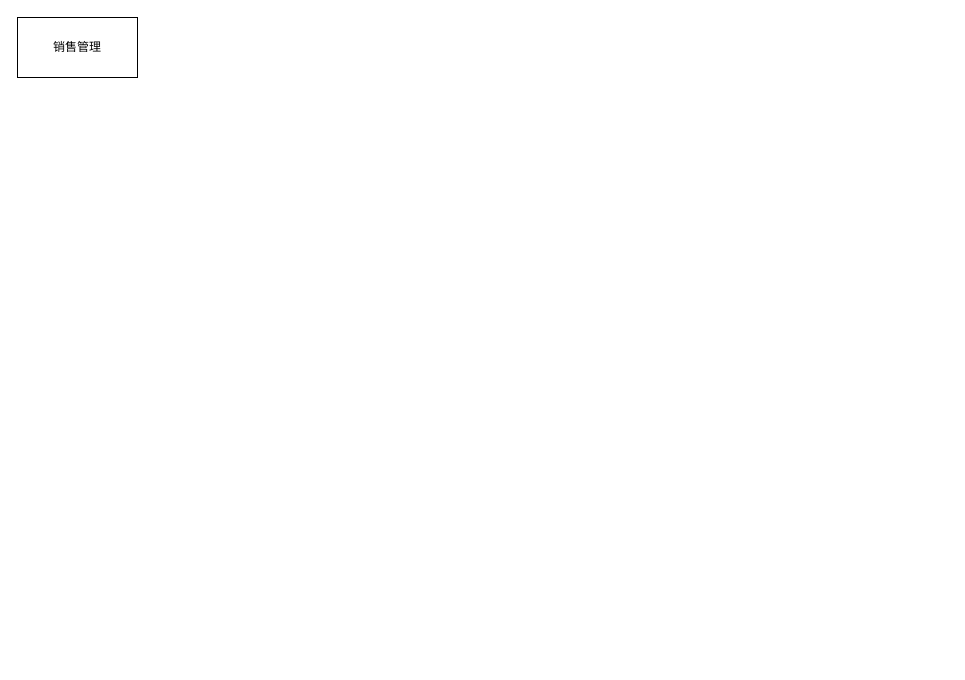
Before: 未命名绘图.drawio in jtzjtz/draw-io, a draw.io diagram. Source tidied: cells renumbered, new cells numbered last; positions are measured from the earlier drawing's top-left corner, leaving out a move shared by most shapes. Both pictures are drawn from the tidied source at 100%, with x=0, y=0 at pixel (17, 17).
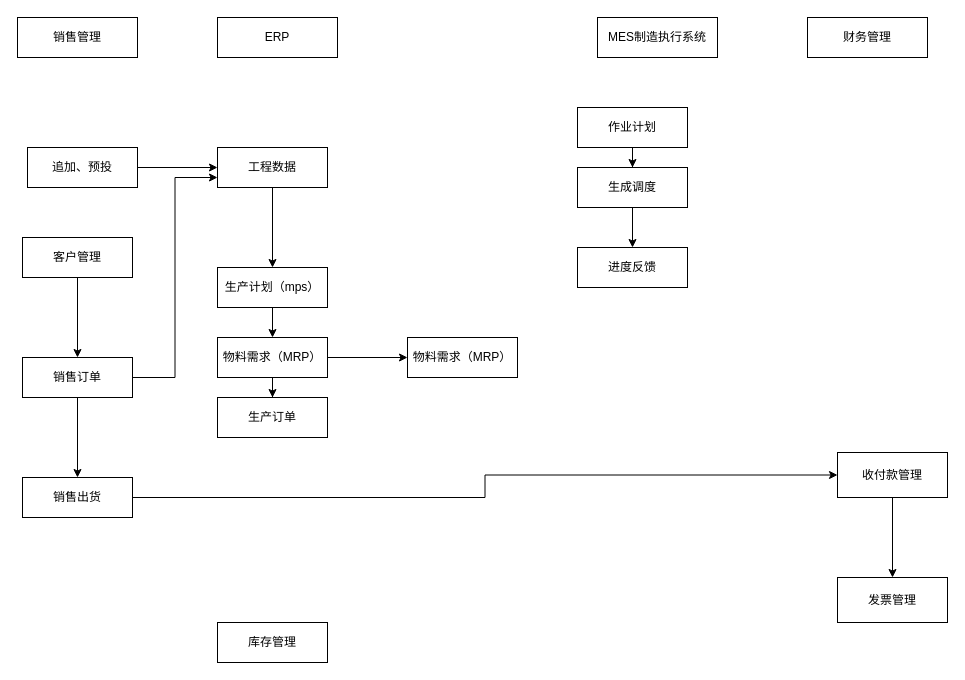
The same diagram, later.

Commit message:
更新未命名绘图.drawio

Change to the diagram source:
```diff
@@
     <mxCell id="2" value="销售管理" style="rounded=0;whiteSpace=wrap;html=1;" parent="1" vertex="1">
-      <mxGeometry width="120" height="60" as="geometry" />
+      <mxGeometry width="120" height="40" as="geometry" />
     </mxCell>
+    <mxCell id="3" value="ERP" style="rounded=0;whiteSpace=wrap;html=1;" parent="1" vertex="1">
+      <mxGeometry x="200" width="120" height="40" as="geometry" />
+    </mxCell>
+    <mxCell id="4" value="MES制造执行系统" style="rounded=0;whiteSpace=wrap;html=1;" parent="1" vertex="1">
+      <mxGeometry x="580" width="120" height="40" as="geometry" />
+    </mxCell>
+    <mxCell id="5" value="财务管理" style="rounded=0;whiteSpace=wrap;html=1;" parent="1" vertex="1">
+      <mxGeometry x="790" width="120" height="40" as="geometry" />
+    </mxCell>
+    <mxCell id="6" style="edgeStyle=orthogonalEdgeStyle;rounded=0;jettySize=auto;html=1;" parent="1" edge="1" source="7" target="19">
+      <mxGeometry relative="1" as="geometry" />
+    </mxCell>
+    <mxCell id="7" value="追加、预投" style="rounded=0;whiteSpace=wrap;html=1;" parent="1" vertex="1">
+      <mxGeometry x="10" y="130" width="110" height="40" as="geometry" />
+    </mxCell>
+    <mxCell id="8" style="edgeStyle=orthogonalEdgeStyle;rounded=0;jettySize=auto;html=1;" parent="1" edge="1" source="9" target="12">
+      <mxGeometry relative="1" as="geometry" />
+    </mxCell>
+    <mxCell id="9" value="客户管理" style="rounded=0;whiteSpace=wrap;html=1;" parent="1" vertex="1">
+      <mxGeometry x="5" y="220" width="110" height="40" as="geometry" />
+    </mxCell>
+    <mxCell id="10" style="edgeStyle=orthogonalEdgeStyle;rounded=0;jettySize=auto;html=1;" parent="1" edge="1" source="12" target="14">
+      <mxGeometry relative="1" as="geometry" />
+    </mxCell>
+    <mxCell id="11" style="edgeStyle=orthogonalEdgeStyle;rounded=0;jettySize=auto;html=1;entryX=0;entryY=0.75;entryDx=0;entryDy=0;" parent="1" edge="1" source="12" target="19">
+      <mxGeometry relative="1" as="geometry" />
+    </mxCell>
+    <mxCell id="12" value="销售订单" style="rounded=0;whiteSpace=wrap;html=1;" parent="1" vertex="1">
+      <mxGeometry x="5" y="340" width="110" height="40" as="geometry" />
+    </mxCell>
+    <mxCell id="13" style="edgeStyle=orthogonalEdgeStyle;rounded=0;jettySize=auto;html=1;" parent="1" edge="1" source="14" target="16">
+      <mxGeometry relative="1" as="geometry" />
+    </mxCell>
+    <mxCell id="14" value="销售出货" style="rounded=0;whiteSpace=wrap;html=1;" parent="1" vertex="1">
+      <mxGeometry x="5" y="460" width="110" height="40" as="geometry" />
+    </mxCell>
+    <mxCell id="15" style="edgeStyle=orthogonalEdgeStyle;rounded=0;jettySize=auto;html=1;" parent="1" edge="1" source="16" target="17">
+      <mxGeometry relative="1" as="geometry" />
+    </mxCell>
+    <mxCell id="16" value="收付款管理" style="rounded=0;whiteSpace=wrap;html=1;" parent="1" vertex="1">
+      <mxGeometry x="820" y="435" width="110" height="45" as="geometry" />
+    </mxCell>
+    <mxCell id="17" value="发票管理" style="rounded=0;whiteSpace=wrap;html=1;" parent="1" vertex="1">
+      <mxGeometry x="820" y="560" width="110" height="45" as="geometry" />
+    </mxCell>
+    <mxCell id="18" style="edgeStyle=orthogonalEdgeStyle;rounded=0;jettySize=auto;html=1;" parent="1" edge="1" source="19" target="21">
+      <mxGeometry relative="1" as="geometry" />
+    </mxCell>
+    <mxCell id="19" value="工程数据" style="rounded=0;whiteSpace=wrap;html=1;" parent="1" vertex="1">
+      <mxGeometry x="200" y="130" width="110" height="40" as="geometry" />
+    </mxCell>
+    <mxCell id="20" style="edgeStyle=orthogonalEdgeStyle;rounded=0;jettySize=auto;html=1;" parent="1" edge="1" source="21" target="24">
+      <mxGeometry relative="1" as="geometry" />
+    </mxCell>
+    <mxCell id="21" value="生产计划（mps）" style="rounded=0;whiteSpace=wrap;html=1;" parent="1" vertex="1">
+      <mxGeometry x="200" y="250" width="110" height="40" as="geometry" />
+    </mxCell>
+    <mxCell id="22" style="edgeStyle=orthogonalEdgeStyle;rounded=0;jettySize=auto;html=1;" parent="1" edge="1" source="24" target="25">
+      <mxGeometry relative="1" as="geometry" />
+    </mxCell>
+    <mxCell id="23" style="edgeStyle=orthogonalEdgeStyle;rounded=0;jettySize=auto;html=1;" parent="1" edge="1" source="24" target="27">
+      <mxGeometry relative="1" as="geometry" />
+    </mxCell>
+    <mxCell id="24" value="物料需求（MRP）" style="rounded=0;whiteSpace=wrap;html=1;" parent="1" vertex="1">
+      <mxGeometry x="200" y="320" width="110" height="40" as="geometry" />
+    </mxCell>
+    <mxCell id="25" value="生产订单" style="rounded=0;whiteSpace=wrap;html=1;" parent="1" vertex="1">
+      <mxGeometry x="200" y="380" width="110" height="40" as="geometry" />
+    </mxCell>
+    <mxCell id="26" value="库存管理" style="rounded=0;whiteSpace=wrap;html=1;" parent="1" vertex="1">
+      <mxGeometry x="200" y="605" width="110" height="40" as="geometry" />
+    </mxCell>
+    <mxCell id="27" value="物料需求（MRP）" style="rounded=0;whiteSpace=wrap;html=1;" parent="1" vertex="1">
+      <mxGeometry x="390" y="320" width="110" height="40" as="geometry" />
+    </mxCell>
+    <mxCell id="28" style="edgeStyle=orthogonalEdgeStyle;rounded=0;jettySize=auto;html=1;" parent="1" edge="1" source="29" target="31">
+      <mxGeometry relative="1" as="geometry" />
+    </mxCell>
+    <mxCell id="29" value="作业计划" style="rounded=0;whiteSpace=wrap;html=1;" parent="1" vertex="1">
+      <mxGeometry x="560" y="90" width="110" height="40" as="geometry" />
+    </mxCell>
+    <mxCell id="30" style="edgeStyle=orthogonalEdgeStyle;rounded=0;jettySize=auto;html=1;" parent="1" edge="1" source="31" target="32">
+      <mxGeometry relative="1" as="geometry" />
+    </mxCell>
+    <mxCell id="31" value="生成调度" style="rounded=0;whiteSpace=wrap;html=1;" parent="1" vertex="1">
+      <mxGeometry x="560" y="150" width="110" height="40" as="geometry" />
+    </mxCell>
+    <mxCell id="32" value="进度反馈" style="rounded=0;whiteSpace=wrap;html=1;" parent="1" vertex="1">
+      <mxGeometry x="560" y="230" width="110" height="40" as="geometry" />
+    </mxCell>
```
